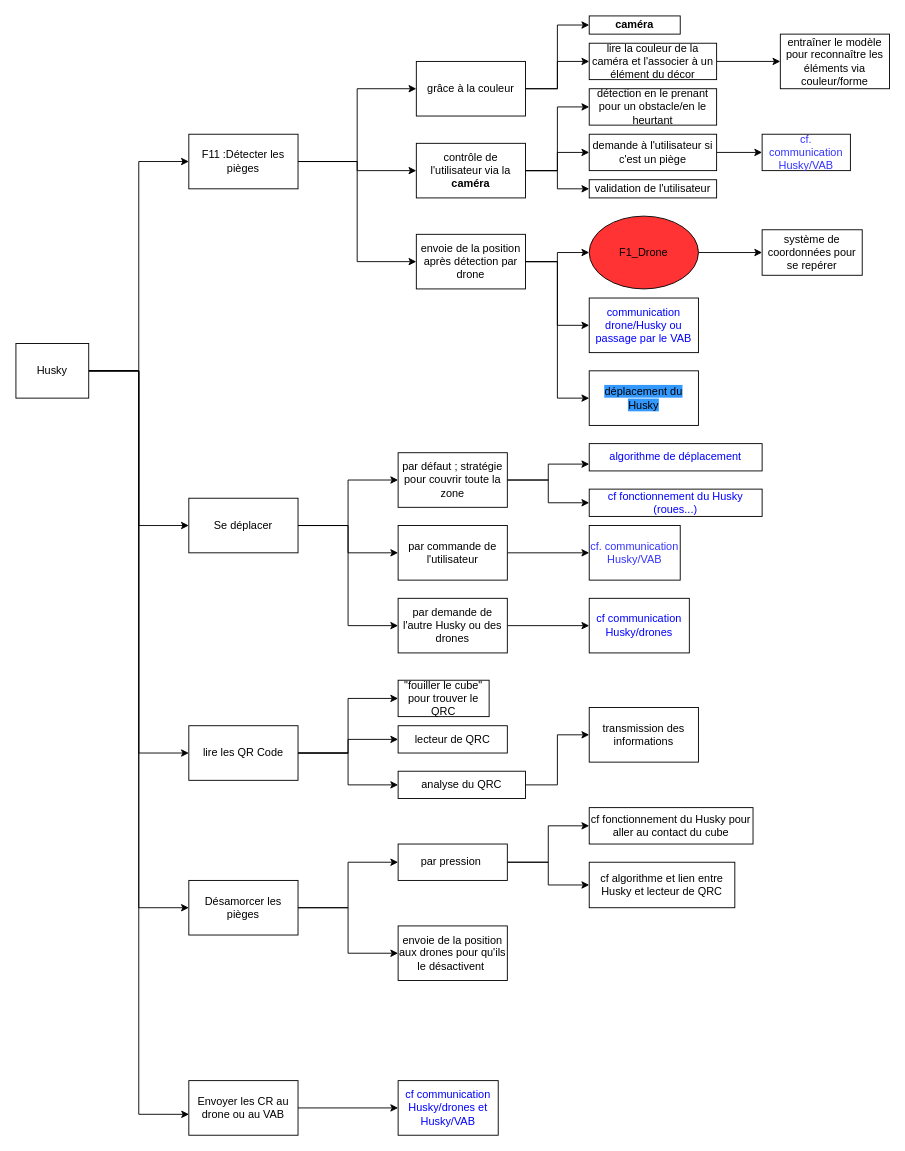
Earlier version of the draw.io diagram page "Page-1" (1 of 2) of Diagrammes/F13.drawio (annieliu52/CoHoMa). Source tidied: cells renumbered, new cells numbered last; positions are measured from the earlier drawing's top-left corner, leaving out a move shared by most shapes. Both pictures are drawn from the tidied source at 91%, with x=0, y=0 at pixel (15, 15).
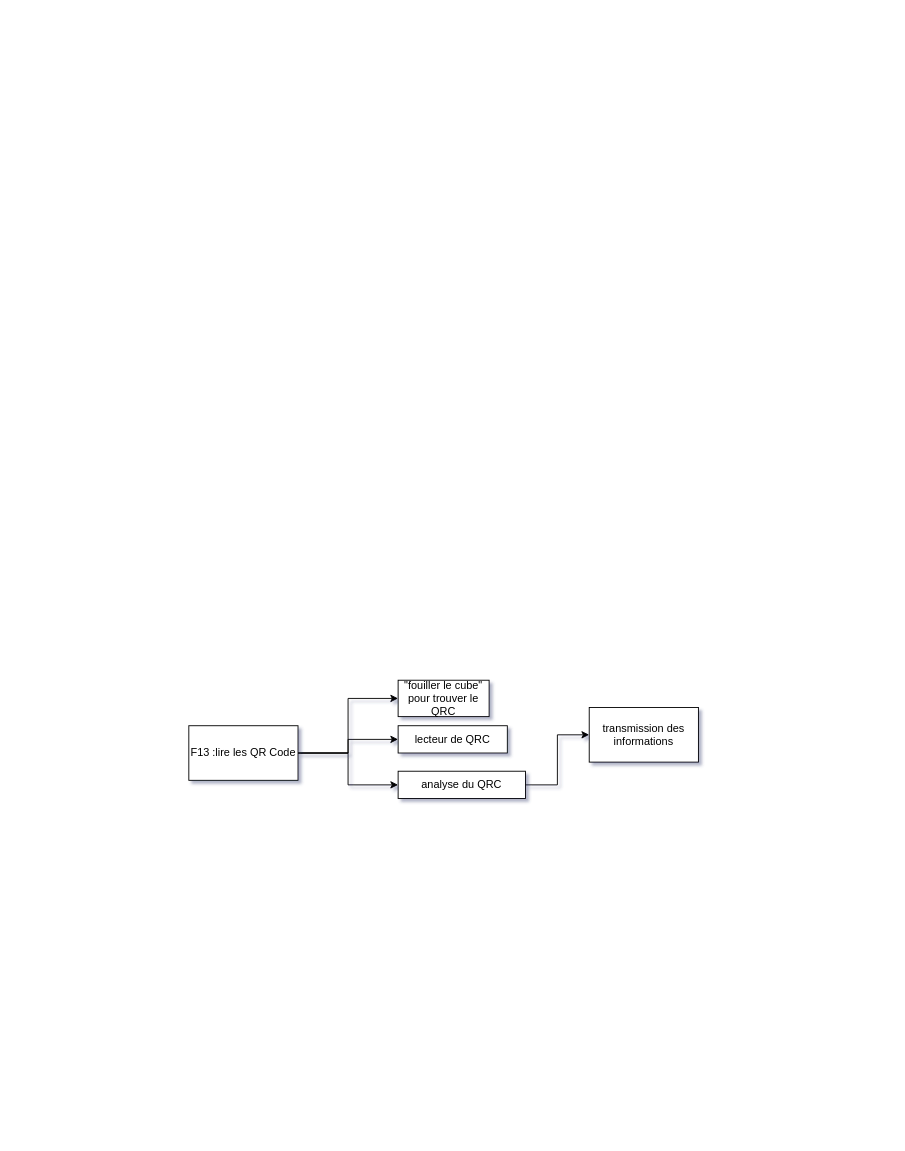
After the change.

Diff of the diagram source:
```diff
@@
-<mxGraphModel>
+<mxGraphModel shadow="1">
@@
-    <mxCell id="2" style="edgeStyle=orthogonalEdgeStyle;rounded=0;jettySize=auto;html=1;exitX=1;exitY=0.5;exitDx=0;exitDy=0;entryX=0;entryY=0.5;entryDx=0;entryDy=0;" parent="1" edge="1" source="5" target="23">
-      <mxGeometry relative="1" as="geometry" />
-    </mxCell>
-    <mxCell id="3" style="edgeStyle=orthogonalEdgeStyle;rounded=0;jettySize=auto;html=1;exitX=1;exitY=0.5;exitDx=0;exitDy=0;entryX=0;entryY=0.5;entryDx=0;entryDy=0;" parent="1" edge="1" source="5" target="28">
-      <mxGeometry relative="1" as="geometry" />
-    </mxCell>
-    <mxCell id="4" style="edgeStyle=orthogonalEdgeStyle;rounded=0;jettySize=auto;html=1;exitX=1;exitY=0.5;exitDx=0;exitDy=0;entryX=0;entryY=0.5;entryDx=0;entryDy=0;" parent="1" edge="1" source="5" target="32">
-      <mxGeometry relative="1" as="geometry" />
-    </mxCell>
-    <mxCell id="5" value="F11 :Détecter les pièges" style="rounded=0;whiteSpace=wrap;html=1;" parent="1" vertex="1">
-      <mxGeometry x="190" y="130" width="120" height="60" as="geometry" />
-    </mxCell>
-    <mxCell id="6" style="edgeStyle=orthogonalEdgeStyle;rounded=0;jettySize=auto;html=1;exitX=1;exitY=0.5;exitDx=0;exitDy=0;entryX=0;entryY=0.5;entryDx=0;entryDy=0;fontColor=#000000;" parent="1" edge="1" source="9" target="48">
-      <mxGeometry relative="1" as="geometry" />
-    </mxCell>
-    <mxCell id="7" style="edgeStyle=orthogonalEdgeStyle;rounded=0;jettySize=auto;html=1;exitX=1;exitY=0.5;exitDx=0;exitDy=0;entryX=0;entryY=0.5;entryDx=0;entryDy=0;fontColor=#000000;" parent="1" edge="1" source="9" target="50">
-      <mxGeometry relative="1" as="geometry" />
-    </mxCell>
-    <mxCell id="8" style="edgeStyle=orthogonalEdgeStyle;rounded=0;jettySize=auto;html=1;exitX=1;exitY=0.5;exitDx=0;exitDy=0;entryX=0;entryY=0.5;entryDx=0;entryDy=0;fontColor=#000000;" parent="1" edge="1" source="9" target="52">
-      <mxGeometry relative="1" as="geometry" />
-    </mxCell>
-    <mxCell id="9" value="Se déplacer" style="rounded=0;whiteSpace=wrap;html=1;" parent="1" vertex="1">
-      <mxGeometry x="190" y="530" width="120" height="60" as="geometry" />
-    </mxCell>
-    <mxCell id="10" style="edgeStyle=orthogonalEdgeStyle;rounded=0;jettySize=auto;html=1;exitX=1;exitY=0.5;exitDx=0;exitDy=0;entryX=0;entryY=0.5;entryDx=0;entryDy=0;fontColor=#000000;" parent="1" edge="1" source="12" target="65">
-      <mxGeometry relative="1" as="geometry" />
-    </mxCell>
-    <mxCell id="11" style="edgeStyle=orthogonalEdgeStyle;rounded=0;jettySize=auto;html=1;exitX=1;exitY=0.5;exitDx=0;exitDy=0;entryX=0;entryY=0.5;entryDx=0;entryDy=0;fontColor=#000000;" parent="1" edge="1" source="12" target="68">
-      <mxGeometry relative="1" as="geometry" />
-    </mxCell>
-    <mxCell id="12" value="Désamorcer les pièges" style="rounded=0;whiteSpace=wrap;html=1;" parent="1" vertex="1">
-      <mxGeometry x="190" y="950" width="120" height="60" as="geometry" />
-    </mxCell>
-    <mxCell id="13" style="edgeStyle=orthogonalEdgeStyle;rounded=0;jettySize=auto;html=1;exitX=1;exitY=0.5;exitDx=0;exitDy=0;entryX=0;entryY=0.5;entryDx=0;entryDy=0;fontColor=#000000;" parent="1" edge="1" source="14" target="72">
-      <mxGeometry relative="1" as="geometry" />
-    </mxCell>
-    <mxCell id="14" value="Envoyer les CR au drone ou au VAB" style="rounded=0;whiteSpace=wrap;html=1;" parent="1" vertex="1">
-      <mxGeometry x="190" y="1170" width="120" height="60" as="geometry" />
-    </mxCell>
-    <mxCell id="15" style="edgeStyle=orthogonalEdgeStyle;rounded=0;jettySize=auto;html=1;entryX=0;entryY=0.5;entryDx=0;entryDy=0;" parent="1" edge="1" source="20" target="5">
-      <mxGeometry relative="1" as="geometry" />
-    </mxCell>
-    <mxCell id="16" style="edgeStyle=orthogonalEdgeStyle;rounded=0;jettySize=auto;html=1;exitX=1;exitY=0.5;exitDx=0;exitDy=0;entryX=0;entryY=0.5;entryDx=0;entryDy=0;" parent="1" edge="1" source="20" target="9">
-      <mxGeometry relative="1" as="geometry" />
-    </mxCell>
-    <mxCell id="17" style="edgeStyle=orthogonalEdgeStyle;rounded=0;jettySize=auto;html=1;exitX=1;exitY=0.5;exitDx=0;exitDy=0;entryX=0;entryY=0.5;entryDx=0;entryDy=0;" parent="1" edge="1" source="20" target="12">
-      <mxGeometry relative="1" as="geometry" />
-    </mxCell>
-    <mxCell id="18" style="edgeStyle=orthogonalEdgeStyle;rounded=0;jettySize=auto;html=1;entryX=0.002;entryY=0.617;entryDx=0;entryDy=0;entryPerimeter=0;" parent="1" edge="1" source="20" target="14">
-      <mxGeometry relative="1" as="geometry" />
-    </mxCell>
-    <mxCell id="19" style="edgeStyle=orthogonalEdgeStyle;rounded=0;jettySize=auto;html=1;exitX=1;exitY=0.5;exitDx=0;exitDy=0;entryX=0;entryY=0.5;entryDx=0;entryDy=0;fontColor=#000000;" parent="1" edge="1" source="20" target="60">
-      <mxGeometry relative="1" as="geometry" />
-    </mxCell>
-    <mxCell id="20" value="Husky" style="rounded=0;whiteSpace=wrap;html=1;" parent="1" vertex="1">
-      <mxGeometry y="360" width="80" height="60" as="geometry" />
-    </mxCell>
-    <mxCell id="21" style="edgeStyle=orthogonalEdgeStyle;rounded=0;jettySize=auto;html=1;exitX=1;exitY=0.5;exitDx=0;exitDy=0;entryX=0;entryY=0.5;entryDx=0;entryDy=0;fontColor=#000000;" parent="1" edge="1" source="23" target="39">
-      <mxGeometry relative="1" as="geometry" />
-    </mxCell>
-    <mxCell id="22" style="edgeStyle=orthogonalEdgeStyle;rounded=0;jettySize=auto;html=1;exitX=1;exitY=0.5;exitDx=0;exitDy=0;entryX=0;entryY=0.5;entryDx=0;entryDy=0;fontColor=#000000;" parent="1" edge="1" source="23" target="41">
-      <mxGeometry relative="1" as="geometry" />
-    </mxCell>
-    <mxCell id="23" value="grâce à la couleur" style="rounded=0;whiteSpace=wrap;html=1;" parent="1" vertex="1">
-      <mxGeometry x="440" y="50" width="120" height="60" as="geometry" />
-    </mxCell>
-    <mxCell id="24" value="détection en le prenant pour un obstacle/en le heurtant" style="rounded=0;whiteSpace=wrap;html=1;" parent="1" vertex="1">
-      <mxGeometry x="630" y="80" width="140" height="40" as="geometry" />
-    </mxCell>
-    <mxCell id="25" style="edgeStyle=orthogonalEdgeStyle;rounded=0;jettySize=auto;html=1;exitX=1;exitY=0.5;exitDx=0;exitDy=0;entryX=0;entryY=0.5;entryDx=0;entryDy=0;" parent="1" edge="1" source="28" target="24">
-      <mxGeometry relative="1" as="geometry" />
-    </mxCell>
-    <mxCell id="26" style="edgeStyle=orthogonalEdgeStyle;rounded=0;jettySize=auto;html=1;exitX=1;exitY=0.5;exitDx=0;exitDy=0;entryX=0;entryY=0.5;entryDx=0;entryDy=0;fontColor=#000000;" parent="1" edge="1" source="28" target="36">
-      <mxGeometry relative="1" as="geometry" />
-    </mxCell>
-    <mxCell id="27" style="edgeStyle=orthogonalEdgeStyle;rounded=0;jettySize=auto;html=1;exitX=1;exitY=0.5;exitDx=0;exitDy=0;entryX=0;entryY=0.5;entryDx=0;entryDy=0;fontColor=#000000;" parent="1" edge="1" source="28" target="37">
-      <mxGeometry relative="1" as="geometry" />
-    </mxCell>
-    <mxCell id="28" value="contrôle de l'utilisateur via la &lt;b&gt;caméra&lt;/b&gt;" style="rounded=0;whiteSpace=wrap;html=1;" parent="1" vertex="1">
-      <mxGeometry x="440" y="140" width="120" height="60" as="geometry" />
-    </mxCell>
-    <mxCell id="29" style="edgeStyle=orthogonalEdgeStyle;rounded=0;jettySize=auto;html=1;exitX=1;exitY=0.5;exitDx=0;exitDy=0;entryX=0;entryY=0.5;entryDx=0;entryDy=0;fontColor=#FF3333;" parent="1" edge="1" source="32" target="34">
-      <mxGeometry relative="1" as="geometry" />
-    </mxCell>
-    <mxCell id="30" style="edgeStyle=orthogonalEdgeStyle;rounded=0;jettySize=auto;html=1;exitX=1;exitY=0.5;exitDx=0;exitDy=0;entryX=0;entryY=0.5;entryDx=0;entryDy=0;fontColor=#0000FF;" parent="1" edge="1" source="32" target="43">
-      <mxGeometry relative="1" as="geometry" />
-    </mxCell>
-    <mxCell id="31" style="edgeStyle=orthogonalEdgeStyle;rounded=0;jettySize=auto;html=1;exitX=1;exitY=0.5;exitDx=0;exitDy=0;entryX=0;entryY=0.5;entryDx=0;entryDy=0;fontColor=#000000;" parent="1" edge="1" source="32" target="44">
-      <mxGeometry relative="1" as="geometry" />
-    </mxCell>
-    <mxCell id="32" value="envoie de la position après détection par drone" style="rounded=0;whiteSpace=wrap;html=1;" parent="1" vertex="1">
-      <mxGeometry x="440" y="240" width="120" height="60" as="geometry" />
-    </mxCell>
-    <mxCell id="33" style="edgeStyle=orthogonalEdgeStyle;rounded=0;jettySize=auto;html=1;exitX=1;exitY=0.5;exitDx=0;exitDy=0;entryX=0;entryY=0.5;entryDx=0;entryDy=0;fontColor=#000000;" parent="1" edge="1" source="34" target="45">
-      <mxGeometry relative="1" as="geometry" />
-    </mxCell>
-    <mxCell id="34" value="F1_Drone" style="ellipse;whiteSpace=wrap;html=1;fillColor=#FF3333;" parent="1" vertex="1">
-      <mxGeometry x="630" y="220" width="120" height="80" as="geometry" />
-    </mxCell>
-    <mxCell id="35" style="edgeStyle=orthogonalEdgeStyle;rounded=0;jettySize=auto;html=1;exitX=1;exitY=0.5;exitDx=0;exitDy=0;entryX=0;entryY=0.5;entryDx=0;entryDy=0;fontColor=#3333FF;" parent="1" edge="1" source="36" target="38">
-      <mxGeometry relative="1" as="geometry" />
-    </mxCell>
-    <mxCell id="36" value="&lt;font color=&quot;#000000&quot;&gt;demande à l'utilisateur si c'est un piège&lt;/font&gt;" style="rounded=0;whiteSpace=wrap;html=1;fontColor=#FF3333;fillColor=#FFFFFF;" parent="1" vertex="1">
-      <mxGeometry x="630" y="130" width="140" height="40" as="geometry" />
-    </mxCell>
-    <mxCell id="37" value="validation de l'utilisateur" style="rounded=0;whiteSpace=wrap;html=1;labelBackgroundColor=none;fontColor=#000000;fillColor=#FFFFFF;" parent="1" vertex="1">
-      <mxGeometry x="630" y="180" width="140" height="20" as="geometry" />
-    </mxCell>
-    <mxCell id="38" value="&lt;font color=&quot;#3333ff&quot;&gt;cf. communication Husky/VAB&lt;/font&gt;" style="rounded=0;whiteSpace=wrap;html=1;labelBackgroundColor=none;fontColor=#000000;fillColor=#FFFFFF;" parent="1" vertex="1">
-      <mxGeometry x="820" y="130" width="97" height="40" as="geometry" />
-    </mxCell>
-    <mxCell id="39" value="&lt;font color=&quot;#000000&quot;&gt;&lt;b&gt;caméra&lt;/b&gt;&lt;/font&gt;" style="rounded=0;whiteSpace=wrap;html=1;labelBackgroundColor=none;fontColor=#3333FF;fillColor=#FFFFFF;" parent="1" vertex="1">
-      <mxGeometry x="630" width="100" height="20" as="geometry" />
-    </mxCell>
-    <mxCell id="40" style="edgeStyle=orthogonalEdgeStyle;rounded=0;jettySize=auto;html=1;exitX=1;exitY=0.5;exitDx=0;exitDy=0;entryX=0;entryY=0.5;entryDx=0;entryDy=0;fontColor=#000000;" parent="1" edge="1" source="41" target="42">
-      <mxGeometry relative="1" as="geometry" />
-    </mxCell>
-    <mxCell id="41" value="lire la couleur de la caméra et l'associer à un élément du décor" style="rounded=0;whiteSpace=wrap;html=1;labelBackgroundColor=none;fontColor=#000000;fillColor=#FFFFFF;" parent="1" vertex="1">
-      <mxGeometry x="630" y="30" width="140" height="40" as="geometry" />
-    </mxCell>
-    <mxCell id="42" value="entraîner le modèle pour reconnaître les éléments via couleur/forme" style="rounded=0;whiteSpace=wrap;html=1;labelBackgroundColor=none;fontColor=#000000;fillColor=#FFFFFF;" parent="1" vertex="1">
-      <mxGeometry x="840" y="20" width="120" height="60" as="geometry" />
-    </mxCell>
-    <mxCell id="43" value="&lt;font color=&quot;#0000ff&quot;&gt;communication drone/Husky ou passage par le VAB&lt;/font&gt;" style="rounded=0;whiteSpace=wrap;html=1;labelBackgroundColor=none;fontColor=#000000;fillColor=#FFFFFF;" parent="1" vertex="1">
-      <mxGeometry x="630" y="310" width="120" height="60" as="geometry" />
-    </mxCell>
-    <mxCell id="44" value="&lt;font color=&quot;#000000&quot; style=&quot;background-color: rgb(51 , 153 , 255)&quot;&gt;déplacement du Husky&lt;/font&gt;" style="rounded=0;whiteSpace=wrap;html=1;labelBackgroundColor=none;fontColor=#0000FF;fillColor=#FFFFFF;" parent="1" vertex="1">
-      <mxGeometry x="630" y="390" width="120" height="60" as="geometry" />
-    </mxCell>
-    <mxCell id="45" value="système de coordonnées pour se repérer" style="rounded=0;whiteSpace=wrap;html=1;labelBackgroundColor=none;" parent="1" vertex="1">
-      <mxGeometry x="820" y="235" width="110" height="50" as="geometry" />
-    </mxCell>
-    <mxCell id="46" style="edgeStyle=orthogonalEdgeStyle;rounded=0;jettySize=auto;html=1;exitX=1;exitY=0.5;exitDx=0;exitDy=0;entryX=0;entryY=0.75;entryDx=0;entryDy=0;fontColor=#0000FF;" parent="1" edge="1" source="48" target="55">
-      <mxGeometry relative="1" as="geometry" />
-    </mxCell>
-    <mxCell id="47" style="edgeStyle=orthogonalEdgeStyle;rounded=0;jettySize=auto;html=1;exitX=1;exitY=0.5;exitDx=0;exitDy=0;entryX=0;entryY=0.5;entryDx=0;entryDy=0;fontColor=#0000FF;" parent="1" edge="1" source="48" target="56">
-      <mxGeometry relative="1" as="geometry" />
-    </mxCell>
-    <mxCell id="48" value="par défaut ; stratégie pour couvrir toute la zone" style="rounded=0;whiteSpace=wrap;html=1;labelBackgroundColor=none;fontColor=#000000;strokeColor=#000000;fillColor=default;" parent="1" vertex="1">
-      <mxGeometry x="420" y="480" width="120" height="60" as="geometry" />
-    </mxCell>
-    <mxCell id="49" style="edgeStyle=orthogonalEdgeStyle;rounded=0;jettySize=auto;html=1;exitX=1;exitY=0.5;exitDx=0;exitDy=0;entryX=0;entryY=0.5;entryDx=0;entryDy=0;fontColor=#000000;" parent="1" edge="1" source="50" target="54">
-      <mxGeometry relative="1" as="geometry" />
-    </mxCell>
-    <mxCell id="50" value="par commande de l'utilisateur" style="rounded=0;whiteSpace=wrap;html=1;labelBackgroundColor=none;fontColor=#000000;strokeColor=#000000;fillColor=default;" parent="1" vertex="1">
-      <mxGeometry x="420" y="560" width="120" height="60" as="geometry" />
-    </mxCell>
-    <mxCell id="51" style="edgeStyle=orthogonalEdgeStyle;rounded=0;jettySize=auto;html=1;exitX=1;exitY=0.5;exitDx=0;exitDy=0;entryX=0;entryY=0.5;entryDx=0;entryDy=0;fontColor=#000000;" parent="1" edge="1" source="52" target="53">
-      <mxGeometry relative="1" as="geometry" />
-    </mxCell>
-    <mxCell id="52" value="par demande de l'autre Husky ou des drones" style="rounded=0;whiteSpace=wrap;html=1;labelBackgroundColor=none;fontColor=#000000;strokeColor=#000000;fillColor=default;" parent="1" vertex="1">
-      <mxGeometry x="420" y="640" width="120" height="60" as="geometry" />
-    </mxCell>
-    <mxCell id="53" value="&lt;font color=&quot;#0000ff&quot;&gt;cf communication Husky/drones&lt;/font&gt;" style="rounded=0;whiteSpace=wrap;html=1;labelBackgroundColor=none;fontColor=#000000;strokeColor=#000000;fillColor=default;" parent="1" vertex="1">
-      <mxGeometry x="630" y="640" width="110" height="60" as="geometry" />
-    </mxCell>
-    <mxCell id="54" value="&lt;font color=&quot;#3333ff&quot;&gt;cf. communication Husky/VAB&lt;/font&gt;" style="rounded=0;whiteSpace=wrap;html=1;labelBackgroundColor=none;fontColor=#000000;fillColor=#FFFFFF;" parent="1" vertex="1">
-      <mxGeometry x="630" y="560" width="100" height="60" as="geometry" />
-    </mxCell>
-    <mxCell id="55" value="algorithme de déplacement" style="rounded=0;whiteSpace=wrap;html=1;labelBackgroundColor=none;fontColor=#0000FF;strokeColor=#000000;fillColor=default;" parent="1" vertex="1">
-      <mxGeometry x="630" y="470" width="190" height="30" as="geometry" />
-    </mxCell>
-    <mxCell id="56" value="cf fonctionnement du Husky (roues...)" style="rounded=0;whiteSpace=wrap;html=1;labelBackgroundColor=none;fontColor=#0000FF;strokeColor=#000000;fillColor=default;" parent="1" vertex="1">
-      <mxGeometry x="630" y="520" width="190" height="30" as="geometry" />
-    </mxCell>
@@
-    <mxCell id="60" value="&lt;font color=&quot;#000000&quot;&gt;lire les QR Code&lt;/font&gt;" style="rounded=0;whiteSpace=wrap;html=1;labelBackgroundColor=none;fontColor=#0000FF;strokeColor=#000000;fillColor=default;" parent="1" vertex="1">
+    <mxCell id="60" value="&lt;font color=&quot;#000000&quot;&gt;F13 :lire les QR Code&lt;/font&gt;" style="rounded=0;whiteSpace=wrap;html=1;labelBackgroundColor=none;fontColor=#0000FF;strokeColor=#000000;fillColor=default;" parent="1" vertex="1">
       <mxGeometry x="190" y="780" width="120" height="60" as="geometry" />
     </mxCell>
@@
-    <mxCell id="63" style="edgeStyle=orthogonalEdgeStyle;rounded=0;jettySize=auto;html=1;exitX=1;exitY=0.5;exitDx=0;exitDy=0;entryX=0;entryY=0.5;entryDx=0;entryDy=0;fontColor=#000000;" parent="1" edge="1" source="65" target="66">
-      <mxGeometry relative="1" as="geometry" />
-    </mxCell>
-    <mxCell id="64" style="edgeStyle=orthogonalEdgeStyle;rounded=0;jettySize=auto;html=1;exitX=1;exitY=0.5;exitDx=0;exitDy=0;entryX=0;entryY=0.5;entryDx=0;entryDy=0;fontColor=#000000;" parent="1" edge="1" source="65" target="67">
-      <mxGeometry relative="1" as="geometry" />
-    </mxCell>
-    <mxCell id="65" value="par pression&amp;nbsp;" style="rounded=0;whiteSpace=wrap;html=1;labelBackgroundColor=none;fontColor=#000000;strokeColor=#000000;fillColor=default;" parent="1" vertex="1">
-      <mxGeometry x="420" y="910" width="120" height="40" as="geometry" />
-    </mxCell>
-    <mxCell id="66" value="cf fonctionnement du Husky pour aller au contact du cube" style="rounded=0;whiteSpace=wrap;html=1;labelBackgroundColor=none;fontColor=#000000;strokeColor=#000000;fillColor=default;" parent="1" vertex="1">
-      <mxGeometry x="630" y="870" width="180" height="40" as="geometry" />
-    </mxCell>
-    <mxCell id="67" value="cf algorithme et lien entre Husky et lecteur de QRC" style="rounded=0;whiteSpace=wrap;html=1;labelBackgroundColor=none;fontColor=#000000;strokeColor=#000000;fillColor=default;" parent="1" vertex="1">
-      <mxGeometry x="630" y="930" width="160" height="50" as="geometry" />
-    </mxCell>
-    <mxCell id="68" value="envoie de la position aux drones pour qu'ils le désactivent&amp;nbsp;" style="rounded=0;whiteSpace=wrap;html=1;labelBackgroundColor=none;fontColor=#000000;strokeColor=#000000;fillColor=default;" parent="1" vertex="1">
-      <mxGeometry x="420" y="1000" width="120" height="60" as="geometry" />
-    </mxCell>
@@
-    <mxCell id="72" value="&lt;font color=&quot;#0000ff&quot;&gt;cf communication Husky/drones et Husky/VAB&lt;/font&gt;" style="rounded=0;whiteSpace=wrap;html=1;labelBackgroundColor=none;fontColor=#000000;strokeColor=#000000;fillColor=default;" parent="1" vertex="1">
-      <mxGeometry x="420" y="1170" width="110" height="60" as="geometry" />
-    </mxCell>
```
